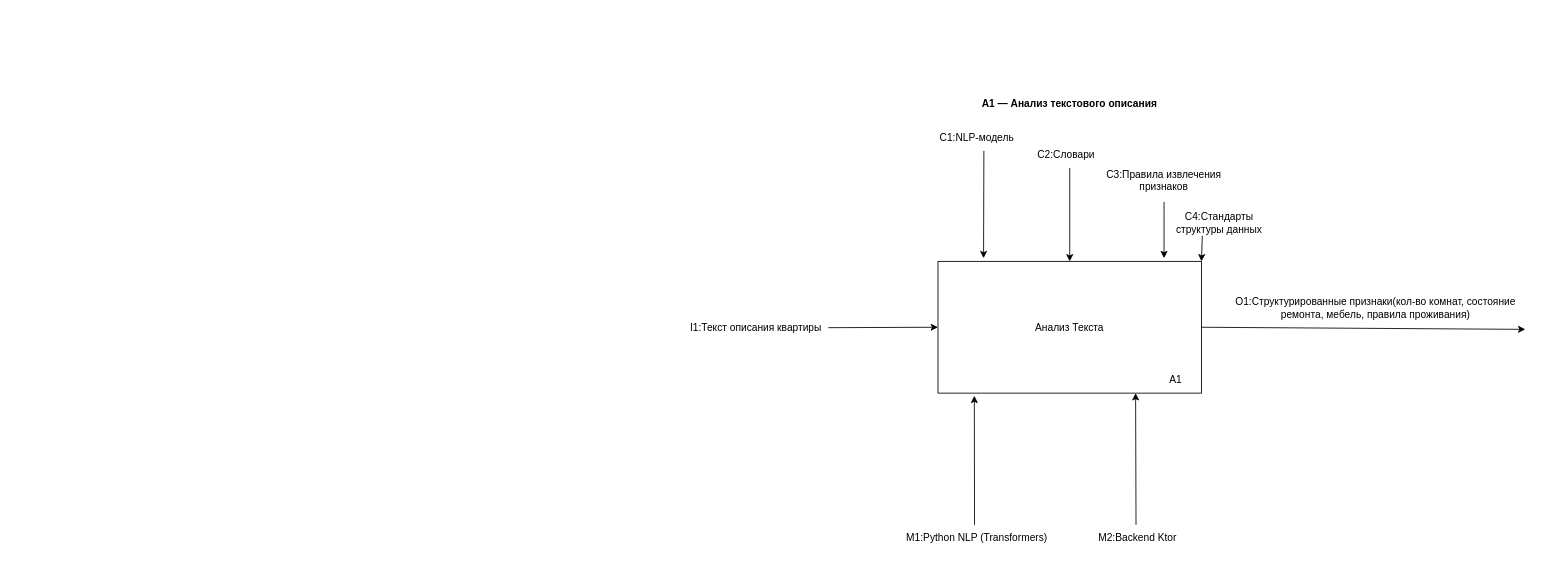
Earlier version of the draw.io diagram src/diagrams/IDEF0/IDEF0_F1.drawio (HeadMaxResh/system-engineering-playbook). Source tidied: cells renumbered, new cells numbered last; positions are measured from the earlier drawing's top-left corner, leaving out a move shared by most shapes. Both pictures are drawn from the tidied source at 85%, with x=0, y=0 at pixel (675, 91).
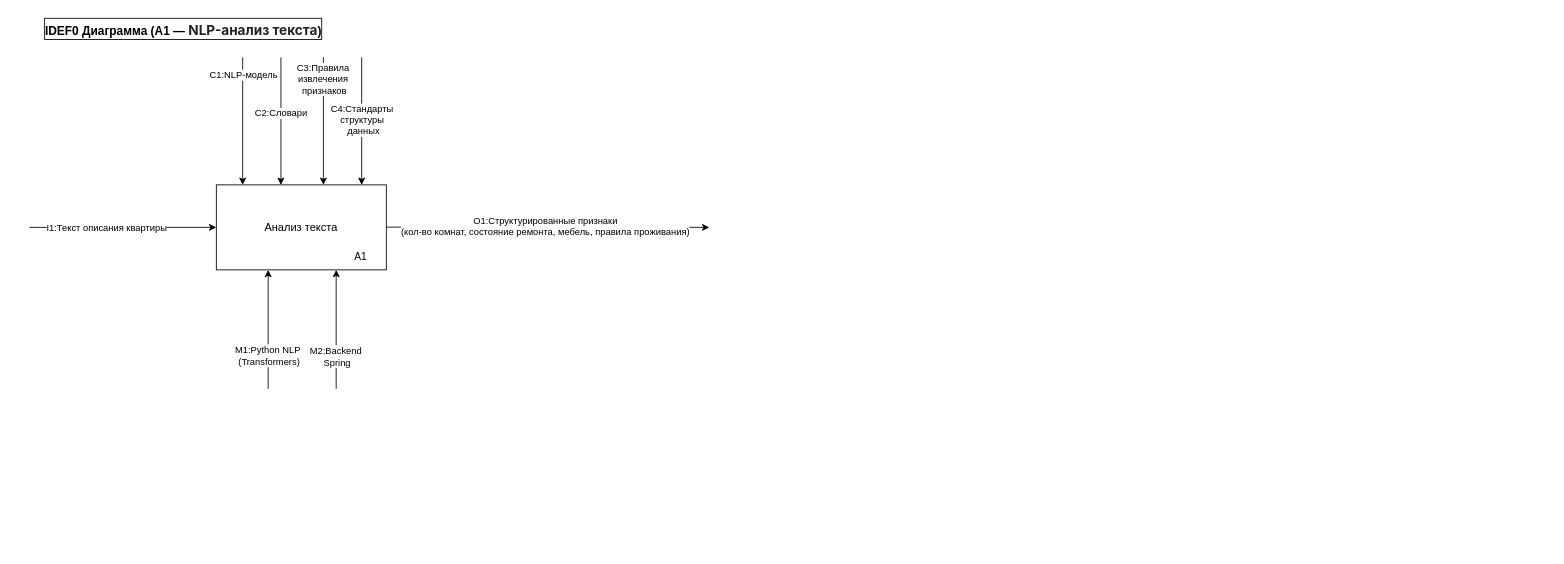
Above is the later version.

Diff of the diagram source:
```diff
@@
-    <mxCell id="2" value="&lt;b&gt;A1 — Анализ текстового описания&lt;/b&gt;" style="text;html=1;whiteSpace=wrap;strokeColor=none;fillColor=none;align=center;verticalAlign=middle;rounded=0;" parent="1" vertex="1">
-      <mxGeometry x="329" width="270" height="30" as="geometry" />
-    </mxCell>
-    <mxCell id="3" value="Анализ Текста" style="rounded=0;whiteSpace=wrap;html=1;" parent="1" vertex="1">
-      <mxGeometry x="309" y="200" width="310" height="155" as="geometry" />
-    </mxCell>
-    <mxCell id="4" value="A1" style="text;html=1;whiteSpace=wrap;strokeColor=none;fillColor=none;align=center;verticalAlign=middle;rounded=0;" parent="1" vertex="1">
-      <mxGeometry x="559" y="325" width="60" height="30" as="geometry" />
-    </mxCell>
-    <mxCell id="5" style="endArrow=classic;html=1;rounded=0;entryX=0;entryY=0.5;entryDx=0;entryDy=0;" parent="1" edge="1" target="3">
-      <mxGeometry relative="1" as="geometry">
-        <mxPoint x="180" y="278" as="sourcePoint" />
-      </mxGeometry>
-    </mxCell>
+    <mxCell id="21" value="&lt;font style=&quot;font-size: 13px;&quot;&gt;Анализ текста&lt;/font&gt;" style="rounded=0;whiteSpace=wrap;html=1;" parent="1" vertex="1">
+      <mxGeometry x="-540" y="110" width="200" height="100" as="geometry" />
+    </mxCell>
+    <mxCell id="22" value="А1" style="text;html=1;strokeColor=none;fillColor=none;align=center;verticalAlign=middle;whiteSpace=wrap;rounded=0;" parent="1" vertex="1">
+      <mxGeometry x="-400" y="180" width="60" height="30" as="geometry" />
+    </mxCell>
+    <mxCell id="23" style="endArrow=classic;html=1;rounded=0;entryX=0.5;entryY=0;entryDx=0;entryDy=0;" parent="1" edge="1">
+      <mxGeometry relative="1" as="geometry">
+        <mxPoint x="-509" y="-40" as="sourcePoint" />
+        <mxPoint x="-509" y="110" as="targetPoint" />
+      </mxGeometry>
+    </mxCell>
+    <mxCell id="10" value="C1:NLP-модель" style="edgeLabel;html=1;align=center;verticalAlign=middle;fontSize=11;" parent="23" vertex="1">
+      <mxGeometry x="-0.22" y="-1" relative="1" as="geometry">
+        <mxPoint x="1" y="-39" as="offset" />
+      </mxGeometry>
+    </mxCell>
+    <mxCell id="24" style="edgeStyle=none;shape=connector;rounded=0;orthogonalLoop=1;jettySize=auto;html=1;exitX=0;exitY=0.75;exitDx=0;exitDy=0;labelBackgroundColor=default;strokeColor=default;align=center;verticalAlign=middle;fontFamily=Helvetica;fontSize=11;fontColor=default;endArrow=none;startArrow=classic;startFill=1;endFill=0;" parent="1" edge="1">
+      <mxGeometry relative="1" as="geometry">
+        <mxPoint x="-540" y="160" as="sourcePoint" />
+        <mxPoint x="-760" y="160" as="targetPoint" />
+      </mxGeometry>
+    </mxCell>
-    <mxCell id="6" value="I1:Текст описания квартиры" style="text;html=1;whiteSpace=wrap;strokeColor=none;fillColor=none;align=center;verticalAlign=middle;rounded=0;" parent="1" vertex="1">
-      <mxGeometry y="262.5" width="190" height="30" as="geometry" />
+    <mxCell id="6" value="I1:Текст описания квартиры" style="edgeLabel;html=1;align=center;verticalAlign=middle;fontSize=11;fontFamily=Helvetica;fontColor=default;" parent="24" vertex="1">
+      <mxGeometry x="0.29" y="2" relative="1" as="geometry">
+        <mxPoint x="12" y="-2" as="offset" />
+      </mxGeometry>
     </mxCell>
-    <mxCell id="7" style="endArrow=classic;html=1;rounded=0;entryX=0.5;entryY=0;entryDx=0;entryDy=0;" parent="1" edge="1" target="3">
-      <mxGeometry relative="1" as="geometry">
-        <mxPoint x="464" y="90" as="sourcePoint" />
-      </mxGeometry>
-    </mxCell>
-    <mxCell id="8" style="endArrow=classic;html=1;rounded=0;entryX=0.173;entryY=-0.024;entryDx=0;entryDy=0;entryPerimeter=0;" parent="1" edge="1" target="3">
-      <mxGeometry relative="1" as="geometry">
-        <mxPoint x="363" y="70" as="sourcePoint" />
-      </mxGeometry>
-    </mxCell>
-    <mxCell id="9" style="endArrow=classic;html=1;rounded=0;entryX=0.858;entryY=-0.024;entryDx=0;entryDy=0;entryPerimeter=0;" parent="1" edge="1" target="3">
-      <mxGeometry relative="1" as="geometry">
-        <mxPoint x="575" y="130" as="sourcePoint" />
-      </mxGeometry>
-    </mxCell>
-    <mxCell id="10" value="C1:NLP-модель" style="text;html=1;whiteSpace=wrap;strokeColor=none;fillColor=none;align=center;verticalAlign=middle;rounded=0;" parent="1" vertex="1">
-      <mxGeometry x="290" y="40" width="130" height="30" as="geometry" />
-    </mxCell>
+    <mxCell id="25" style="endArrow=classic;html=1;rounded=0;entryX=0.5;entryY=0;entryDx=0;entryDy=0;" parent="1" edge="1">
+      <mxGeometry relative="1" as="geometry">
+        <mxPoint x="-369" y="-40" as="sourcePoint" />
+        <mxPoint x="-369" y="110" as="targetPoint" />
+      </mxGeometry>
+    </mxCell>
+    <mxCell id="20" value="C4:Стандарты&amp;nbsp;&lt;div&gt;структуры&amp;nbsp;&lt;/div&gt;&lt;div&gt;данных&lt;/div&gt;" style="edgeLabel;html=1;align=center;verticalAlign=middle;fontSize=11;" parent="25" vertex="1">
+      <mxGeometry x="-0.22" y="-1" relative="1" as="geometry">
+        <mxPoint x="2" y="14" as="offset" />
+      </mxGeometry>
+    </mxCell>
+    <mxCell id="26" style="edgeStyle=orthogonalEdgeStyle;rounded=0;orthogonalLoop=1;jettySize=auto;html=1;entryX=0.25;entryY=1;entryDx=0;entryDy=0;" parent="1" edge="1">
+      <mxGeometry relative="1" as="geometry">
+        <mxPoint x="-479" y="350" as="sourcePoint" />
+        <mxPoint x="-479" y="210" as="targetPoint" />
+      </mxGeometry>
+    </mxCell>
+    <mxCell id="17" value="M1:Python NLP&amp;nbsp;&lt;div&gt;(Transformers)&lt;/div&gt;" style="edgeLabel;html=1;align=center;verticalAlign=middle;fontSize=11;" parent="26" vertex="1">
+      <mxGeometry x="0.56" y="2" relative="1" as="geometry">
+        <mxPoint x="2" y="69" as="offset" />
+      </mxGeometry>
+    </mxCell>
+    <mxCell id="27" style="edgeStyle=orthogonalEdgeStyle;rounded=0;orthogonalLoop=1;jettySize=auto;html=1;entryX=0.25;entryY=1;entryDx=0;entryDy=0;" parent="1" edge="1">
+      <mxGeometry relative="1" as="geometry">
+        <mxPoint x="-399" y="350" as="sourcePoint" />
+        <mxPoint x="-399" y="210" as="targetPoint" />
+      </mxGeometry>
+    </mxCell>
+    <mxCell id="28" value="M2:Backend&amp;nbsp;&lt;div&gt;Spring&lt;/div&gt;" style="edgeLabel;html=1;align=center;verticalAlign=middle;fontSize=11;" parent="27" vertex="1">
+      <mxGeometry x="0.56" y="2" relative="1" as="geometry">
+        <mxPoint x="2" y="70" as="offset" />
+      </mxGeometry>
+    </mxCell>
+    <mxCell id="29" style="edgeStyle=none;shape=connector;rounded=0;orthogonalLoop=1;jettySize=auto;html=1;labelBackgroundColor=default;strokeColor=default;align=center;verticalAlign=middle;fontFamily=Helvetica;fontSize=11;fontColor=default;endArrow=none;startArrow=classic;startFill=1;endFill=0;" parent="1" edge="1">
+      <mxGeometry relative="1" as="geometry">
+        <mxPoint x="40" y="160" as="sourcePoint" />
+        <mxPoint x="-340" y="159.7" as="targetPoint" />
+      </mxGeometry>
+    </mxCell>
+    <mxCell id="30" value="O1:Структурированные признаки&lt;div&gt;(кол-во комнат, состояние ремонта, мебель, правила проживания)&lt;/div&gt;" style="edgeLabel;html=1;align=center;verticalAlign=middle;fontSize=11;fontFamily=Helvetica;fontColor=default;" parent="29" vertex="1">
+      <mxGeometry x="0.29" y="2" relative="1" as="geometry">
+        <mxPoint x="52" y="-3" as="offset" />
+      </mxGeometry>
+    </mxCell>
+    <mxCell id="31" value="&lt;font style=&quot;font-size: 14px;&quot;&gt;IDEF0 Диаграмма (A1 —&amp;nbsp;&lt;span style=&quot;box-sizing: border-box; color: rgb(31, 35, 40); font-family: -apple-system, BlinkMacSystemFont, &amp;quot;Segoe UI&amp;quot;, &amp;quot;Noto Sans&amp;quot;, Helvetica, Arial, sans-serif, &amp;quot;Apple Color Emoji&amp;quot;, &amp;quot;Segoe UI Emoji&amp;quot;; font-size: 16px; text-align: start; background-color: rgb(255, 255, 255);&quot;&gt;NLP-анализ текста&lt;/span&gt;)&lt;/font&gt;" style="text;html=1;strokeColor=none;fillColor=none;align=center;verticalAlign=middle;whiteSpace=wrap;rounded=0;fontSize=20;fontStyle=1;labelBackgroundColor=none;labelBorderColor=default;spacingTop=1;" parent="1" vertex="1">
+      <mxGeometry x="-777" y="-90" width="397" height="30" as="geometry" />
+    </mxCell>
+    <mxCell id="32" style="endArrow=classic;html=1;rounded=0;entryX=0.5;entryY=0;entryDx=0;entryDy=0;" parent="1" edge="1">
+      <mxGeometry relative="1" as="geometry">
+        <mxPoint x="-464" y="-40" as="sourcePoint" />
+        <mxPoint x="-464" y="110" as="targetPoint" />
+      </mxGeometry>
+    </mxCell>
-    <mxCell id="11" value="C2:Cловари" style="text;html=1;whiteSpace=wrap;strokeColor=none;fillColor=none;align=center;verticalAlign=middle;rounded=0;" parent="1" vertex="1">
-      <mxGeometry x="430" y="60" width="60" height="30" as="geometry" />
+    <mxCell id="11" value="C2:Cловари" style="edgeLabel;html=1;align=center;verticalAlign=middle;fontSize=11;" parent="32" vertex="1">
+      <mxGeometry x="-0.22" y="-1" relative="1" as="geometry">
+        <mxPoint y="6" as="offset" />
+      </mxGeometry>
     </mxCell>
+    <mxCell id="33" style="endArrow=classic;html=1;rounded=0;entryX=0.5;entryY=0;entryDx=0;entryDy=0;" parent="1" edge="1">
+      <mxGeometry relative="1" as="geometry">
+        <mxPoint x="-414" y="-40" as="sourcePoint" />
+        <mxPoint x="-414" y="110" as="targetPoint" />
+      </mxGeometry>
+    </mxCell>
-    <mxCell id="12" value="C3:Правила извлечения признаков" style="text;html=1;whiteSpace=wrap;strokeColor=none;fillColor=none;align=center;verticalAlign=middle;rounded=0;" parent="1" vertex="1">
-      <mxGeometry x="480" y="90" width="190" height="30" as="geometry" />
+    <mxCell id="12" value="C3:Правила&amp;nbsp;&lt;div&gt;извлечения&amp;nbsp;&lt;/div&gt;&lt;div&gt;признаков&lt;/div&gt;" style="edgeLabel;html=1;align=center;verticalAlign=middle;fontSize=11;" parent="33" vertex="1">
+      <mxGeometry x="-0.22" y="-1" relative="1" as="geometry">
+        <mxPoint x="1" y="-34" as="offset" />
+      </mxGeometry>
     </mxCell>
-    <mxCell id="13" style="endArrow=classic;html=1;rounded=0;exitX=1;exitY=0.5;exitDx=0;exitDy=0;" parent="1" edge="1" source="3">
-      <mxGeometry relative="1" as="geometry">
-        <mxPoint x="1000" y="280" as="targetPoint" />
-      </mxGeometry>
-    </mxCell>
-    <mxCell id="14" value="O1:Структурированные признаки(кол-во комнат,&amp;nbsp;состояние ремонта,&amp;nbsp;мебель,&amp;nbsp;правила проживания)" style="text;html=1;whiteSpace=wrap;strokeColor=none;fillColor=none;align=center;verticalAlign=middle;rounded=0;" parent="1" vertex="1">
-      <mxGeometry x="619" y="240" width="410" height="30" as="geometry" />
-    </mxCell>
-    <mxCell id="15" style="endArrow=classic;html=1;rounded=0;entryX=0.138;entryY=1.02;entryDx=0;entryDy=0;entryPerimeter=0;" parent="1" edge="1" target="3">
-      <mxGeometry relative="1" as="geometry">
-        <mxPoint x="352" y="510" as="sourcePoint" />
-      </mxGeometry>
-    </mxCell>
-    <mxCell id="16" style="endArrow=classic;html=1;rounded=0;entryX=0.75;entryY=1;entryDx=0;entryDy=0;" parent="1" edge="1" target="3">
-      <mxGeometry relative="1" as="geometry">
-        <mxPoint x="542" y="510" as="sourcePoint" />
-      </mxGeometry>
-    </mxCell>
-    <mxCell id="17" value="M1:Python NLP (Transformers)" style="text;html=1;whiteSpace=wrap;strokeColor=none;fillColor=none;align=center;verticalAlign=middle;rounded=0;" parent="1" vertex="1">
-      <mxGeometry x="255" y="510" width="200" height="30" as="geometry" />
-    </mxCell>
-    <mxCell id="18" value="M2:Backend Ktor" style="text;html=1;whiteSpace=wrap;strokeColor=none;fillColor=none;align=center;verticalAlign=middle;rounded=0;" parent="1" vertex="1">
-      <mxGeometry x="489" y="510" width="110" height="30" as="geometry" />
-    </mxCell>
-    <mxCell id="19" style="endArrow=classic;html=1;rounded=0;entryX=1;entryY=0;entryDx=0;entryDy=0;" parent="1" edge="1" target="3">
-      <mxGeometry relative="1" as="geometry">
-        <mxPoint x="620" y="170" as="sourcePoint" />
-      </mxGeometry>
-    </mxCell>
-    <mxCell id="20" value="C4:Стандарты структуры данных" style="text;html=1;whiteSpace=wrap;strokeColor=none;fillColor=none;align=center;verticalAlign=middle;rounded=0;" parent="1" vertex="1">
-      <mxGeometry x="570" y="140" width="140" height="30" as="geometry" />
-    </mxCell>
```
